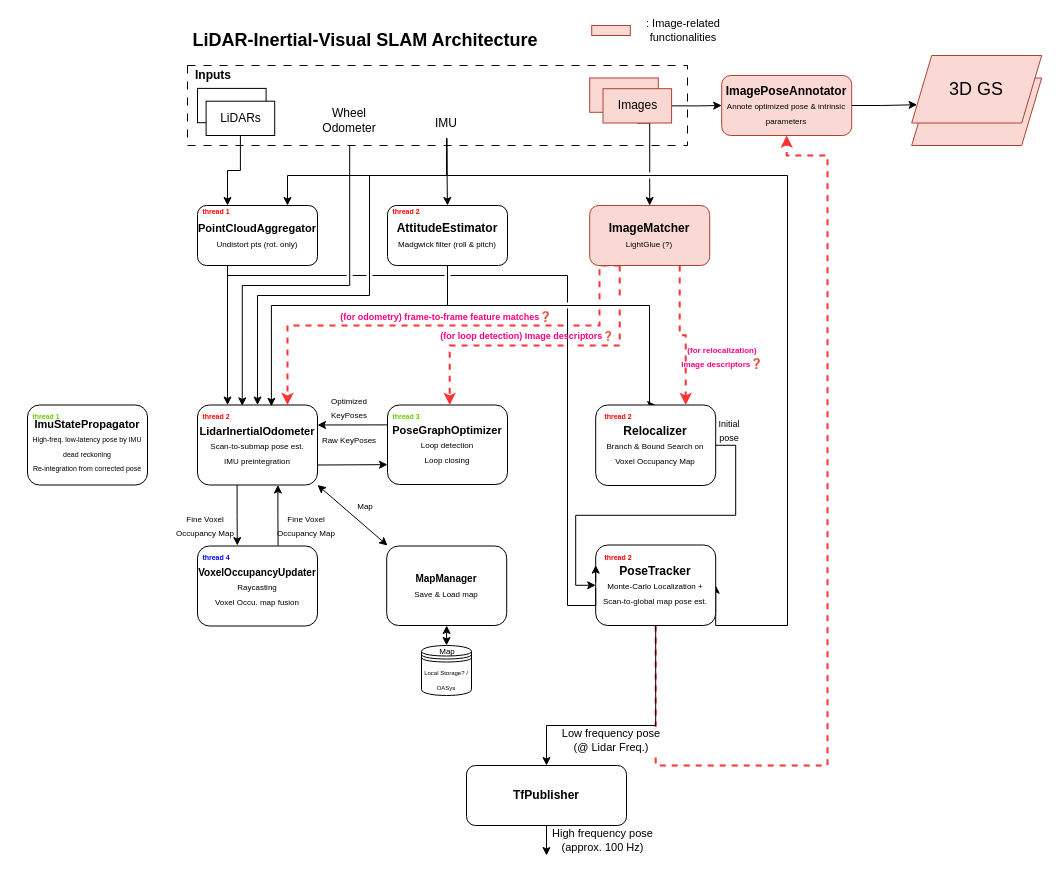
Before: 3D SLAMv2.drawio in chkim-holiday/draw_io_storage, a draw.io diagram. Source tidied: cells renumbered, new cells numbered last; positions are measured from the earlier drawing's top-left corner, leaving out a move shared by most shapes. Both pictures are drawn from the tidied source at 100%, with x=0, y=0 at pixel (27, 25).
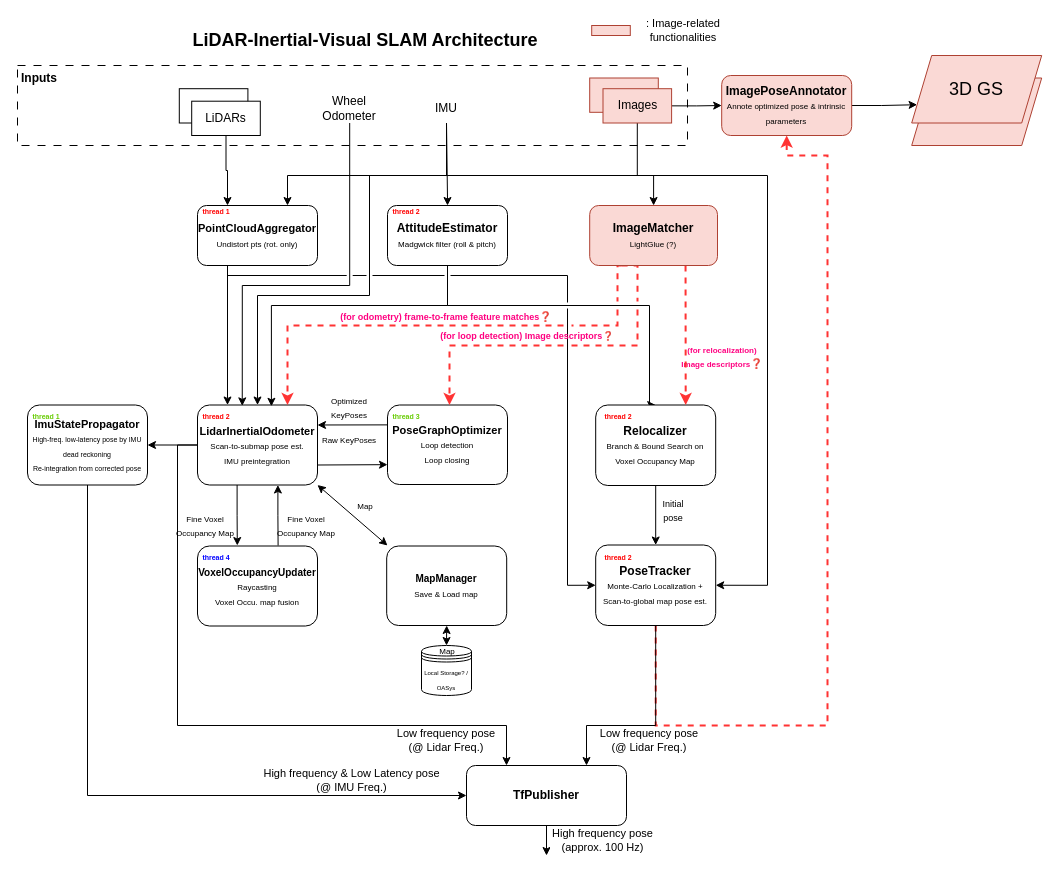
The same diagram, later.

The change refers to these unchanged cells:
```xml
<mxCell id="22" value="&lt;div&gt;&lt;font style=&quot;font-size: 11px;&quot;&gt;&lt;b&gt;PointCloudAggregator&lt;/b&gt;&lt;/font&gt;&lt;/div&gt;&lt;div&gt;&lt;font style=&quot;font-size: 8px;&quot;&gt;Undistort pts (rot. only)&lt;/font&gt;&lt;/div&gt;" style="rounded=1;whiteSpace=wrap;html=1;" parent="1" vertex="1">
  <mxGeometry x="170" y="180" width="120" height="60" as="geometry" />
</mxCell>
<mxCell id="26" value="&lt;b&gt;&lt;font style=&quot;font-size: 11px;&quot;&gt;PoseGraphOptimizer&lt;/font&gt;&lt;/b&gt;&lt;div&gt;&lt;font style=&quot;font-size: 8px;&quot;&gt;Loop detection&lt;/font&gt;&lt;/div&gt;&lt;div&gt;&lt;font style=&quot;font-size: 8px;&quot;&gt;Loop closing&lt;/font&gt;&lt;/div&gt;" style="rounded=1;whiteSpace=wrap;html=1;" parent="1" vertex="1">
  <mxGeometry x="360" y="379.5" width="120" height="79.5" as="geometry" />
</mxCell>
<mxCell id="28" value="&lt;b&gt;PoseTracker&lt;/b&gt;&lt;div&gt;&lt;font style=&quot;font-size: 8px;&quot;&gt;Monte-Carlo Localization +&lt;/font&gt;&lt;/div&gt;&lt;div&gt;&lt;span style=&quot;font-size: 8px;&quot;&gt;Scan-to-global map pose est.&lt;/span&gt;&lt;/div&gt;" style="rounded=1;whiteSpace=wrap;html=1;" parent="1" vertex="1">
  <mxGeometry x="568.2" y="519.5" width="120" height="80.5" as="geometry" />
</mxCell>
<mxCell id="29" value="&lt;b&gt;Relocalizer&lt;/b&gt;&lt;div&gt;&lt;font style=&quot;font-size: 8px;&quot;&gt;Branch &amp;amp; Bound Search on Voxel Occupancy Map&lt;/font&gt;&lt;/div&gt;" style="rounded=1;whiteSpace=wrap;html=1;" parent="1" vertex="1">
  <mxGeometry x="568.2" y="379.5" width="120" height="80.5" as="geometry" />
</mxCell>
<mxCell id="34" value="&lt;b&gt;&lt;font style=&quot;font-size: 11px;&quot;&gt;LidarInertialOdometer&lt;/font&gt;&lt;/b&gt;&lt;div&gt;&lt;font style=&quot;font-size: 8px;&quot;&gt;Scan-to-submap pose est.&lt;/font&gt;&lt;/div&gt;&lt;div&gt;&lt;font style=&quot;font-size: 8px;&quot;&gt;IMU preintegration&lt;/font&gt;&lt;/div&gt;" style="rounded=1;whiteSpace=wrap;html=1;points=[[0,0,0,0,0],[0,0.25,0,0,0],[0,0.5,0,0,0],[0,0.75,0,0,0],[0,1,0,0,0],[0.17,1,0,0,0],[0.25,0,0,0,0],[0.25,1,0,0,0],[0.33,1,0,0,0],[0.5,0,0,0,0],[0.5,1,0,0,0],[0.67,1,0,0,0],[0.75,0,0,0,0],[0.75,1,0,0,0],[0.83,1,0,0,0],[1,0,0,0,0],[1,0.25,0,0,0],[1,0.5,0,0,0],[1,0.75,0,0,0],[1,1,0,0,0]];" parent="1" vertex="1">
  <mxGeometry x="170" y="379.5" width="120" height="80" as="geometry" />
</mxCell>
<mxCell id="42" value="&lt;b&gt;TfPublisher&lt;/b&gt;" style="rounded=1;whiteSpace=wrap;html=1;" parent="1" vertex="1">
  <mxGeometry x="439" y="740" width="160" height="60" as="geometry" />
</mxCell>
<mxCell id="59" value="&lt;b&gt;ImagePoseAnnotator&lt;/b&gt;&lt;div&gt;&lt;font style=&quot;font-size: 8px;&quot;&gt;Annote optimized pose &amp;amp; intrinsic parameters&lt;/font&gt;&lt;/div&gt;" style="rounded=1;whiteSpace=wrap;html=1;fillColor=#fad9d5;strokeColor=#ae4132;" parent="1" vertex="1">
  <mxGeometry x="694.2" y="50" width="130" height="60" as="geometry" />
</mxCell>
<mxCell id="68" value="&lt;b&gt;&lt;font style=&quot;font-size: 11px;&quot;&gt;ImuStatePropagator&lt;/font&gt;&lt;/b&gt;&lt;div&gt;&lt;font style=&quot;font-size: 7px;&quot;&gt;&lt;span style=&quot;background-color: transparent; color: light-dark(rgb(0, 0, 0), rgb(255, 255, 255));&quot;&gt;High-freq. low-latency pose by IMU dead reckoning&lt;br&gt;&lt;/span&gt;&lt;/font&gt;&lt;/div&gt;&lt;div&gt;&lt;span style=&quot;background-color: transparent; color: light-dark(rgb(0, 0, 0), rgb(255, 255, 255));&quot;&gt;&lt;font style=&quot;font-size: 7px;&quot;&gt;Re-integration from corrected pose&lt;/font&gt;&lt;/span&gt;&lt;/div&gt;" style="rounded=1;whiteSpace=wrap;html=1;" parent="1" vertex="1">
  <mxGeometry y="379.5" width="120" height="80" as="geometry" />
</mxCell>
```

Diff of the diagram source:
```diff
@@
+    <mxCell id="5" style="rounded=0;whiteSpace=wrap;html=1;dashed=1;dashPattern=8 8;" parent="1" vertex="1">
+      <mxGeometry x="-10" y="40" width="670" height="80" as="geometry" />
+    </mxCell>
@@
     <mxCell id="3" style="edgeStyle=orthogonalEdgeStyle;shape=connector;rounded=0;jumpStyle=gap;jettySize=auto;html=1;entryX=0.5;entryY=1;entryDx=0;entryDy=0;strokeColor=#FF3333;align=center;verticalAlign=middle;fontFamily=Helvetica;fontSize=11;fontColor=default;labelBackgroundColor=default;endArrow=classic;fillColor=#f8cecc;dashed=1;strokeWidth=2;exitX=0.5;exitY=1;exitDx=0;exitDy=0;" parent="1" edge="1" source="28" target="59">
       <mxGeometry relative="1" as="geometry">
         <Array as="points">
-          <mxPoint x="628" y="740" />
-          <mxPoint x="800" y="740" />
+          <mxPoint x="628" y="700" />
+          <mxPoint x="800" y="700" />
           <mxPoint x="800" y="130" />
           <mxPoint x="759" y="130" />
         </Array>
       </mxGeometry>
     </mxCell>
@@
-    <mxCell id="5" style="rounded=0;whiteSpace=wrap;html=1;dashed=1;dashPattern=8 8;" parent="1" vertex="1">
-      <mxGeometry x="160" y="40" width="500" height="80" as="geometry" />
-    </mxCell>
@@
     <mxCell id="8" style="edgeStyle=orthogonalEdgeStyle;shape=connector;rounded=0;jumpStyle=gap;jettySize=auto;html=1;exitX=0.5;exitY=1;exitDx=0;exitDy=0;entryX=1;entryY=0.5;entryDx=0;entryDy=0;strokeColor=default;align=center;verticalAlign=middle;fontFamily=Helvetica;fontSize=11;fontColor=default;labelBackgroundColor=default;endArrow=classic;" parent="1" edge="1" source="10" target="28">
       <mxGeometry relative="1" as="geometry">
         <Array as="points">
           <mxPoint x="419" y="150" />
-          <mxPoint x="760" y="150" />
-          <mxPoint x="760" y="600" />
+          <mxPoint x="740" y="150" />
+          <mxPoint x="740" y="560" />
         </Array>
       </mxGeometry>
     </mxCell>
@@
     <mxCell id="10" value="IMU" style="text;html=1;whiteSpace=wrap;strokeColor=none;fillColor=none;align=center;verticalAlign=middle;rounded=0;" parent="1" vertex="1">
-      <mxGeometry x="399.2" y="82.9" width="40" height="30" as="geometry" />
+      <mxGeometry x="399" y="67.5" width="40" height="30" as="geometry" />
     </mxCell>
     <mxCell id="11" value="Wheel&lt;br&gt;Odometer" style="text;html=1;whiteSpace=wrap;strokeColor=none;fillColor=none;align=center;verticalAlign=middle;rounded=0;" parent="1" vertex="1">
-      <mxGeometry x="302.2" y="80" width="40" height="30" as="geometry" />
+      <mxGeometry x="302.2" y="67.5" width="40" height="30" as="geometry" />
     </mxCell>
     <mxCell id="12" value="&lt;b&gt;Inputs&lt;/b&gt;" style="text;html=1;whiteSpace=wrap;strokeColor=none;fillColor=none;align=center;verticalAlign=middle;rounded=0;" parent="1" vertex="1">
-      <mxGeometry x="164.2" y="40" width="43.9" height="20" as="geometry" />
+      <mxGeometry x="-9.8" y="43.2" width="43.9" height="20" as="geometry" />
     </mxCell>
@@
     <mxCell id="14" style="rounded=0;whiteSpace=wrap;html=1;" parent="1" vertex="1">
-      <mxGeometry x="170" y="62.9" width="68.6" height="34.3" as="geometry" />
+      <mxGeometry x="151.8" y="63.2" width="68.6" height="34.3" as="geometry" />
     </mxCell>
@@
     <mxCell id="16" value="LiDARs" style="rounded=0;whiteSpace=wrap;html=1;" parent="1" vertex="1">
-      <mxGeometry x="178.6" y="75.7" width="68.6" height="34.3" as="geometry" />
+      <mxGeometry x="164.2" y="75.7" width="68.6" height="34.3" as="geometry" />
     </mxCell>
@@
-    <mxCell id="27" style="edgeStyle=orthogonalEdgeStyle;rounded=0;jettySize=auto;html=1;exitX=0.5;exitY=1;exitDx=0;exitDy=0;entryX=0.5;entryY=0;entryDx=0;entryDy=0;" parent="1" edge="1" source="28" target="42">
+    <mxCell id="27" style="edgeStyle=orthogonalEdgeStyle;rounded=0;jettySize=auto;html=1;exitX=0.5;exitY=1;exitDx=0;exitDy=0;entryX=0.75;entryY=0;entryDx=0;entryDy=0;" parent="1" edge="1" source="28" target="42">
       <mxGeometry relative="1" as="geometry">
         <Array as="points">
           <mxPoint x="628" y="700" />
-          <mxPoint x="519" y="700" />
+          <mxPoint x="559" y="700" />
         </Array>
       </mxGeometry>
     </mxCell>
@@
+    <mxCell id="35" style="edgeStyle=orthogonalEdgeStyle;rounded=0;jettySize=auto;html=1;exitX=0.5;exitY=1;exitDx=0;exitDy=0;entryX=0.5;entryY=0;entryDx=0;entryDy=0;" parent="1" edge="1" source="29" target="28">
+      <mxGeometry relative="1" as="geometry" />
+    </mxCell>
@@
+    <mxCell id="75" style="edgeStyle=orthogonalEdgeStyle;rounded=0;jettySize=auto;html=1;exitX=0;exitY=0.5;exitDx=0;exitDy=0;exitPerimeter=0;entryX=1;entryY=0.5;entryDx=0;entryDy=0;" parent="1" edge="1" source="34" target="68">
+      <mxGeometry relative="1" as="geometry" />
+    </mxCell>
+    <mxCell id="76" style="edgeStyle=orthogonalEdgeStyle;rounded=0;jettySize=auto;html=1;exitX=0;exitY=0.5;exitDx=0;exitDy=0;exitPerimeter=0;entryX=0.25;entryY=0;entryDx=0;entryDy=0;" parent="1" edge="1" source="34" target="42">
+      <mxGeometry relative="1" as="geometry">
+        <Array as="points">
+          <mxPoint x="150" y="420" />
+          <mxPoint x="150" y="700" />
+          <mxPoint x="479" y="700" />
+        </Array>
+      </mxGeometry>
+    </mxCell>
@@
-    <mxCell id="35" style="edgeStyle=orthogonalEdgeStyle;shape=connector;rounded=0;jumpStyle=gap;jettySize=auto;html=1;exitX=1;exitY=0.5;exitDx=0;exitDy=0;entryX=0;entryY=0.5;entryDx=0;entryDy=0;strokeColor=default;align=center;verticalAlign=middle;fontFamily=Helvetica;fontSize=11;fontColor=default;labelBackgroundColor=default;endArrow=classic;" parent="1" edge="1" source="29" target="28">
-      <mxGeometry relative="1" as="geometry" />
-    </mxCell>
-    <mxCell id="36" style="edgeStyle=orthogonalEdgeStyle;shape=connector;rounded=0;jumpStyle=gap;jettySize=auto;html=1;exitX=0.25;exitY=1;exitDx=0;exitDy=0;entryX=0;entryY=0.25;entryDx=0;entryDy=0;strokeColor=default;align=center;verticalAlign=middle;fontFamily=Helvetica;fontSize=11;fontColor=default;labelBackgroundColor=default;endArrow=classic;" parent="1" edge="1" source="22" target="28">
+    <mxCell id="36" style="edgeStyle=orthogonalEdgeStyle;shape=connector;rounded=0;jumpStyle=gap;jettySize=auto;html=1;exitX=0.25;exitY=1;exitDx=0;exitDy=0;entryX=0;entryY=0.5;entryDx=0;entryDy=0;strokeColor=default;align=center;verticalAlign=middle;fontFamily=Helvetica;fontSize=11;fontColor=default;labelBackgroundColor=default;endArrow=classic;" parent="1" edge="1" source="22" target="28">
       <mxGeometry relative="1" as="geometry">
         <Array as="points">
           <mxPoint x="200" y="250" />
           <mxPoint x="540" y="250" />
-          <mxPoint x="540" y="580" />
+          <mxPoint x="540" y="560" />
         </Array>
       </mxGeometry>
     </mxCell>
@@
     <mxCell id="44" value="Low frequency pose &lt;br&gt;(@ Lidar Freq.)" style="text;html=1;whiteSpace=wrap;strokeColor=none;fillColor=none;align=center;verticalAlign=middle;rounded=0;fontFamily=Helvetica;fontSize=11;fontColor=default;labelBackgroundColor=default;" parent="1" vertex="1">
-      <mxGeometry x="524.1" y="700" width="120" height="30" as="geometry" />
+      <mxGeometry x="562.2" y="700" width="120" height="30" as="geometry" />
     </mxCell>
@@
     <mxCell id="47" value="&lt;font style=&quot;font-size: 9px;&quot;&gt;Initial&lt;/font&gt;&lt;div&gt;&lt;font style=&quot;font-size: 9px;&quot;&gt;pose&lt;/font&gt;&lt;/div&gt;" style="text;html=1;whiteSpace=wrap;strokeColor=none;fillColor=none;align=center;verticalAlign=middle;rounded=0;fontFamily=Helvetica;fontSize=11;fontColor=default;labelBackgroundColor=none;" parent="1" vertex="1">
-      <mxGeometry x="687.2" y="389.5" width="30" height="30" as="geometry" />
+      <mxGeometry x="630.8" y="470" width="30" height="30" as="geometry" />
     </mxCell>
     <mxCell id="48" style="edgeStyle=orthogonalEdgeStyle;shape=connector;rounded=0;jumpStyle=gap;jettySize=auto;html=1;exitX=0.25;exitY=1;exitDx=0;exitDy=0;strokeColor=#FF3333;align=center;verticalAlign=middle;fontFamily=Helvetica;fontSize=11;fontColor=default;labelBackgroundColor=default;endArrow=classic;fillColor=#f8cecc;dashed=1;strokeWidth=2;" parent="1" edge="1" source="57" target="26">
       <mxGeometry relative="1" as="geometry">
         <Array as="points">
-          <mxPoint x="592.2" y="320" />
-          <mxPoint x="422.2" y="320" />
+          <mxPoint x="610" y="240" />
+          <mxPoint x="610" y="320" />
+          <mxPoint x="422" y="320" />
         </Array>
       </mxGeometry>
     </mxCell>
     <mxCell id="49" style="edgeStyle=orthogonalEdgeStyle;shape=connector;rounded=0;jumpStyle=gap;jettySize=auto;html=1;exitX=0.25;exitY=1;exitDx=0;exitDy=0;entryX=0.75;entryY=0;entryDx=0;entryDy=0;strokeColor=#FF3333;align=center;verticalAlign=middle;fontFamily=Helvetica;fontSize=11;fontColor=default;labelBackgroundColor=default;endArrow=classic;dashed=1;fillColor=#f8cecc;strokeWidth=2;" parent="1" edge="1" source="57" target="34">
       <mxGeometry relative="1" as="geometry">
         <Array as="points">
-          <mxPoint x="572" y="240" />
-          <mxPoint x="572" y="300" />
+          <mxPoint x="590" y="240" />
+          <mxPoint x="590" y="300" />
           <mxPoint x="260" y="300" />
         </Array>
       </mxGeometry>
     </mxCell>
@@
     <mxCell id="57" value="&lt;b&gt;ImageMatcher&lt;/b&gt;&lt;div&gt;&lt;font style=&quot;font-size: 8px;&quot;&gt;LightGlue (?)&lt;/font&gt;&lt;/div&gt;" style="rounded=1;whiteSpace=wrap;html=1;fillColor=#fad9d5;strokeColor=#ae4132;" parent="1" vertex="1">
-      <mxGeometry x="562.2" y="180" width="120" height="60" as="geometry" />
+      <mxGeometry x="562.2" y="180" width="127.8" height="60" as="geometry" />
     </mxCell>
@@
+    <mxCell id="77" style="edgeStyle=orthogonalEdgeStyle;rounded=0;jettySize=auto;html=1;exitX=0.5;exitY=1;exitDx=0;exitDy=0;entryX=0;entryY=0.5;entryDx=0;entryDy=0;" parent="1" edge="1" source="68" target="42">
+      <mxGeometry relative="1" as="geometry" />
+    </mxCell>
@@
+    <mxCell id="78" value="Low frequency pose &lt;br&gt;(@ Lidar Freq.)" style="text;html=1;whiteSpace=wrap;strokeColor=none;fillColor=none;align=center;verticalAlign=middle;rounded=0;fontFamily=Helvetica;fontSize=11;fontColor=default;labelBackgroundColor=default;" parent="1" vertex="1">
+      <mxGeometry x="359" y="700" width="120" height="30" as="geometry" />
+    </mxCell>
+    <mxCell id="79" value="High frequency &amp;amp; Low Latency pose &lt;br&gt;(@ IMU Freq.)" style="text;html=1;whiteSpace=wrap;strokeColor=none;fillColor=none;align=center;verticalAlign=middle;rounded=0;fontFamily=Helvetica;fontSize=11;fontColor=default;labelBackgroundColor=default;" parent="1" vertex="1">
+      <mxGeometry x="220" y="740" width="209.2" height="30" as="geometry" />
+    </mxCell>
```
